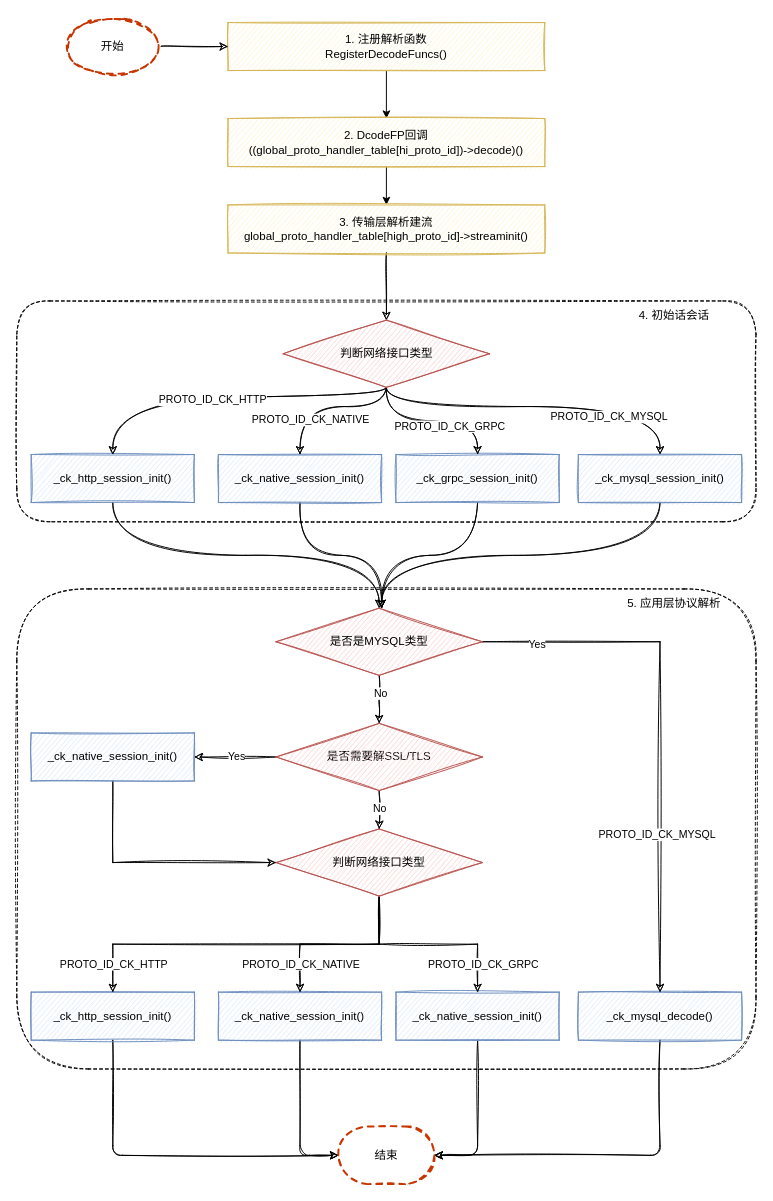
Before: ck parse progess.drawio in leonce28/draw-io-img, a draw.io diagram. Source tidied: cells renumbered, new cells numbered last; positions are measured from the earlier drawing's top-left corner, leaving out a move shared by most shapes. Both pictures are drawn from the tidied source at 96%, with x=0, y=0 at pixel (16, 17).
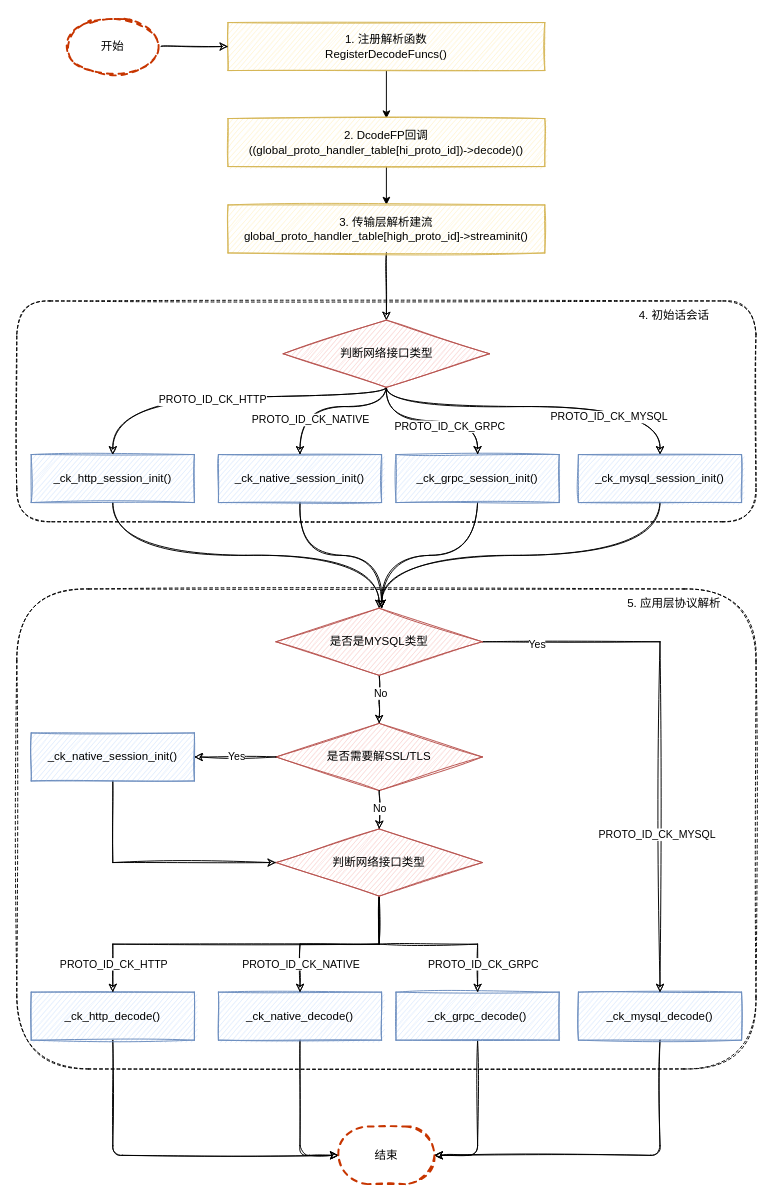
Above is the later version.

Change to the diagram source:
```diff
@@
+    <mxCell id="63" style="rhombus;whiteSpace=wrap;html=1;fillStyle=auto;strokeColor=#b85450;fillColor=#f8cecc;sketch=1;labelBorderColor=#19750F;" parent="1" vertex="1">
+      <mxGeometry x="270" y="735" width="215" height="70" as="geometry" />
+    </mxCell>
@@
-    <mxCell id="30" value="_ck_native_session_init()" style="rounded=0;whiteSpace=wrap;html=1;fillStyle=auto;fillColor=#dae8fc;gradientDirection=north;sketch=1;strokeColor=#6c8ebf;" parent="1" vertex="1">
+    <mxCell id="30" value="_ck_native_decode()" style="rounded=0;whiteSpace=wrap;html=1;fillStyle=auto;fillColor=#dae8fc;gradientDirection=north;sketch=1;strokeColor=#6c8ebf;" parent="1" vertex="1">
       <mxGeometry x="210" y="1015" width="170" height="50" as="geometry" />
     </mxCell>
@@
-    <mxCell id="32" value="_ck_http_session_init()" style="rounded=0;whiteSpace=wrap;html=1;fillStyle=auto;fillColor=#dae8fc;gradientDirection=north;sketch=1;strokeColor=#6c8ebf;" parent="1" vertex="1">
+    <mxCell id="32" value="_ck_http_decode()" style="rounded=0;whiteSpace=wrap;html=1;fillStyle=auto;fillColor=#dae8fc;gradientDirection=north;sketch=1;strokeColor=#6c8ebf;" parent="1" vertex="1">
       <mxGeometry x="15" y="1015" width="170" height="50" as="geometry" />
     </mxCell>
@@
-    <mxCell id="34" value="_ck_native_session_init()" style="rounded=0;whiteSpace=wrap;html=1;fillStyle=auto;fillColor=#dae8fc;gradientDirection=north;sketch=1;strokeColor=#6c8ebf;" parent="1" vertex="1">
+    <mxCell id="34" value="_ck_grpc_decode()" style="rounded=0;whiteSpace=wrap;html=1;fillStyle=auto;fillColor=#dae8fc;gradientDirection=north;sketch=1;strokeColor=#6c8ebf;" parent="1" vertex="1">
       <mxGeometry x="395" y="1015" width="170" height="50" as="geometry" />
     </mxCell>
@@
-    <mxCell id="63" style="rhombus;whiteSpace=wrap;html=1;fillStyle=auto;strokeColor=#b85450;fillColor=#f8cecc;sketch=1;labelBorderColor=#19750F;" parent="1" vertex="1">
-      <mxGeometry x="270" y="735" width="215" height="70" as="geometry" />
-    </mxCell>
```
